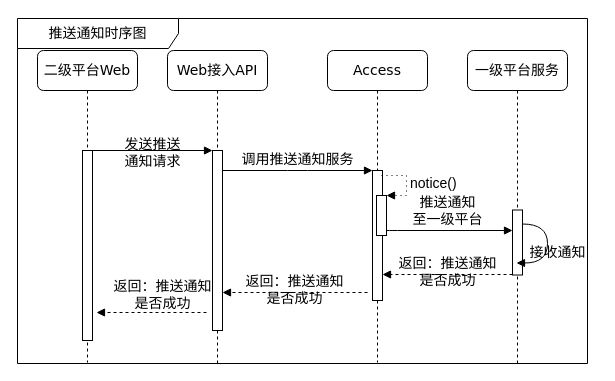
The draw.io diagram IOTManage/sequence-notice.drawio in waterwatermelon/graph, before the edit. Source tidied: cells renumbered, new cells numbered last; positions are measured from the earlier drawing's top-left corner, leaving out a move shared by most shapes. Both pictures are drawn from the tidied source at 100%, with x=0, y=0 at pixel (17, 18).
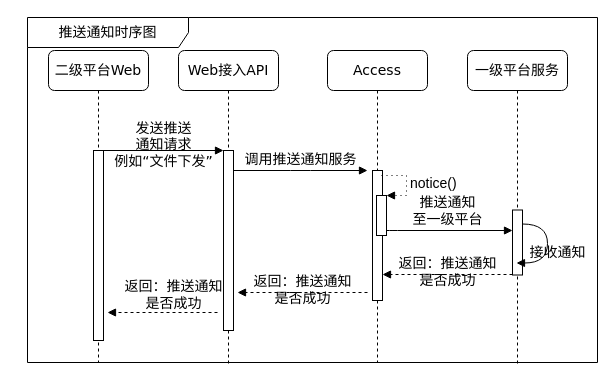
After the change.

The change refers to these unchanged cells:
```xml
<mxCell id="4" style="html=1;points=[];perimeter=orthogonalPerimeter;rounded=0;shadow=0;comic=0;labelBackgroundColor=none;strokeColor=#000000;strokeWidth=1;fillColor=#FFFFFF;fontFamily=Verdana;fontSize=14;fontColor=#000000;align=center;" parent="3" vertex="1">
  <mxGeometry x="45" y="100" width="10" height="180" as="geometry" />
</mxCell>
<mxCell id="6" style="html=1;points=[];perimeter=orthogonalPerimeter;rounded=0;shadow=0;comic=0;labelBackgroundColor=none;strokeColor=#000000;strokeWidth=1;fillColor=#FFFFFF;fontFamily=Verdana;fontSize=14;fontColor=#000000;align=center;" parent="5" vertex="1">
  <mxGeometry x="45" y="120" width="10" height="130" as="geometry" />
</mxCell>
<mxCell id="11" style="html=1;points=[];perimeter=orthogonalPerimeter;rounded=0;shadow=0;comic=0;labelBackgroundColor=none;strokeColor=#000000;strokeWidth=1;fillColor=#FFFFFF;fontFamily=Verdana;fontSize=14;fontColor=#000000;align=center;" parent="10" vertex="1">
  <mxGeometry x="45" y="100" width="10" height="190" as="geometry" />
</mxCell>
```

What changed in the source:
```diff
@@
+    <mxCell id="19" value="&lt;font style=&quot;font-size: 14px&quot;&gt;推送通知时序图&lt;/font&gt;" style="shape=umlFrame;whiteSpace=wrap;html=1;width=161;height=30;" parent="1" vertex="1">
+      <mxGeometry x="10" y="-1" width="570" height="345" as="geometry" />
+    </mxCell>
@@
     <mxCell id="3" value="Web接入API" style="shape=umlLifeline;perimeter=lifelinePerimeter;whiteSpace=wrap;html=1;rounded=1;shadow=0;comic=0;labelBackgroundColor=none;strokeColor=#000000;strokeWidth=1;fillColor=#FFFFFF;fontFamily=Verdana;fontSize=14;fontColor=#000000;align=center;" parent="1" vertex="1">
-      <mxGeometry x="150" y="32" width="100" height="313" as="geometry" />
+      <mxGeometry x="161" y="32" width="100" height="313" as="geometry" />
     </mxCell>
@@
     <mxCell id="10" value="二级平台Web" style="shape=umlLifeline;perimeter=lifelinePerimeter;whiteSpace=wrap;html=1;rounded=1;shadow=0;comic=0;labelBackgroundColor=none;strokeColor=#000000;strokeWidth=1;fillColor=#FFFFFF;fontFamily=Verdana;fontSize=14;fontColor=#000000;align=center;" parent="1" vertex="1">
-      <mxGeometry x="20" y="32" width="100" height="312" as="geometry" />
+      <mxGeometry x="31" y="32" width="100" height="312" as="geometry" />
     </mxCell>
@@
-    <mxCell id="13" value="发送推送&lt;br&gt;通知请求" style="html=1;verticalAlign=bottom;endArrow=block;entryX=0;entryY=0;labelBackgroundColor=none;fontFamily=Verdana;fontSize=14;edgeStyle=elbowEdgeStyle;elbow=vertical;endFill=1;" parent="1" edge="1" source="11" target="4">
+    <mxCell id="13" value="发送推送&lt;br&gt;通知请求&lt;br&gt;例如“文件下发”&lt;br&gt;" style="html=1;verticalAlign=bottom;endArrow=block;entryX=0;entryY=0;labelBackgroundColor=none;fontFamily=Verdana;fontSize=14;edgeStyle=elbowEdgeStyle;elbow=vertical;endFill=1;" parent="1" edge="1" source="11" target="4">
       <mxGeometry y="-22" relative="1" as="geometry" />
     </mxCell>
-    <mxCell id="14" value="调用推送通知服务" style="html=1;verticalAlign=bottom;endArrow=block;entryX=0;entryY=0;labelBackgroundColor=none;fontFamily=Verdana;fontSize=14;edgeStyle=elbowEdgeStyle;elbow=vertical;endFill=1;" parent="1" edge="1" source="4" target="6">
-      <mxGeometry relative="1" as="geometry" />
+    <mxCell id="14" value="调用推送通知服务" style="html=1;verticalAlign=bottom;endArrow=block;labelBackgroundColor=none;fontFamily=Verdana;fontSize=14;edgeStyle=elbowEdgeStyle;elbow=vertical;endFill=1;" parent="1" edge="1" source="4">
+      <mxGeometry relative="1" as="geometry">
+        <mxPoint x="350" y="152" as="targetPoint" />
+      </mxGeometry>
     </mxCell>
@@
-    <mxCell id="16" value="返回：推送通知&lt;br&gt;是否成功" style="html=1;verticalAlign=bottom;endArrow=block;entryX=0;entryY=0;labelBackgroundColor=none;fontFamily=Verdana;fontSize=14;dashed=1;" parent="1" edge="1">
+    <mxCell id="16" value="返回：推送通知&lt;br&gt;是否成功" style="html=1;verticalAlign=bottom;endArrow=block;labelBackgroundColor=none;fontFamily=Verdana;fontSize=14;dashed=1;" parent="1" edge="1">
       <mxGeometry y="17" relative="1" as="geometry">
         <mxPoint x="350" y="274" as="sourcePoint" />
-        <mxPoint x="205" y="274" as="targetPoint" />
+        <mxPoint x="220" y="274" as="targetPoint" />
       </mxGeometry>
     </mxCell>
     <mxCell id="17" value="返回：推送通知&lt;br&gt;是否成功" style="html=1;verticalAlign=bottom;endArrow=block;labelBackgroundColor=none;fontFamily=Verdana;fontSize=14;dashed=1;" parent="1" edge="1">
       <mxGeometry x="-0.2" y="2" relative="1" as="geometry">
-        <mxPoint x="189" y="294" as="sourcePoint" />
-        <mxPoint x="79" y="294" as="targetPoint" />
+        <mxPoint x="200" y="294" as="sourcePoint" />
+        <mxPoint x="90" y="294" as="targetPoint" />
       </mxGeometry>
     </mxCell>
@@
-    <mxCell id="19" value="&lt;font style=&quot;font-size: 14px&quot;&gt;推送通知时序图&lt;/font&gt;" style="shape=umlFrame;whiteSpace=wrap;html=1;width=161;height=30;" parent="1" vertex="1">
-      <mxGeometry width="570" height="345" as="geometry" />
-    </mxCell>
```
